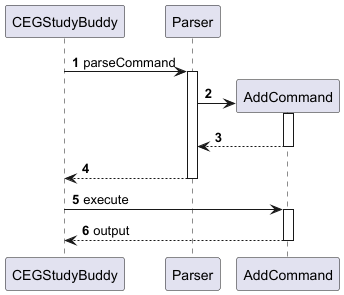
SahejAgarwal05/tp keeps this PlantUML diagram as docs/AddCommandSequence.png. Above is the earlier version. Its diagram source:
```plantuml
@startuml

autonumber

CEGStudyBuddy -> Parser: parseCommand
activate Parser
Parser -> AddCommand **
activate AddCommand
AddCommand --> Parser
deactivate AddCommand
Parser --> CEGStudyBuddy
deactivate Parser

CEGStudyBuddy -> AddCommand : execute
activate AddCommand
AddCommand --> CEGStudyBuddy : output
deactivate AddCommand

@enduml
```
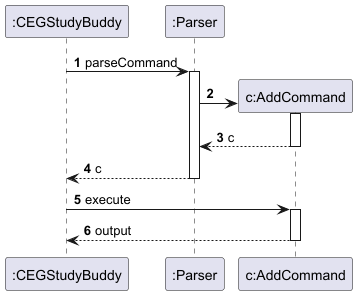
The same diagram one commit later.

Commit message:
Fix UML standard violations

Diff of the diagram source:
```diff
@@ -2,18 +2,18 @@
 
 autonumber
 
-CEGStudyBuddy -> Parser: parseCommand
-activate Parser
-Parser -> AddCommand **
-activate AddCommand
-AddCommand --> Parser
-deactivate AddCommand
-Parser --> CEGStudyBuddy
-deactivate Parser
+":CEGStudyBuddy" -> ":Parser": parseCommand
+activate ":Parser"
+":Parser" -> "c:AddCommand" **
+activate "c:AddCommand"
+"c:AddCommand" --> ":Parser" : c
+deactivate "c:AddCommand"
+":Parser" --> ":CEGStudyBuddy" : c
+deactivate ":Parser"
 
-CEGStudyBuddy -> AddCommand : execute
-activate AddCommand
-AddCommand --> CEGStudyBuddy : output
-deactivate AddCommand
+":CEGStudyBuddy" -> "c:AddCommand" : execute
+activate "c:AddCommand"
+"c:AddCommand" --> ":CEGStudyBuddy" : output
+deactivate "c:AddCommand"
 
 @enduml
```
